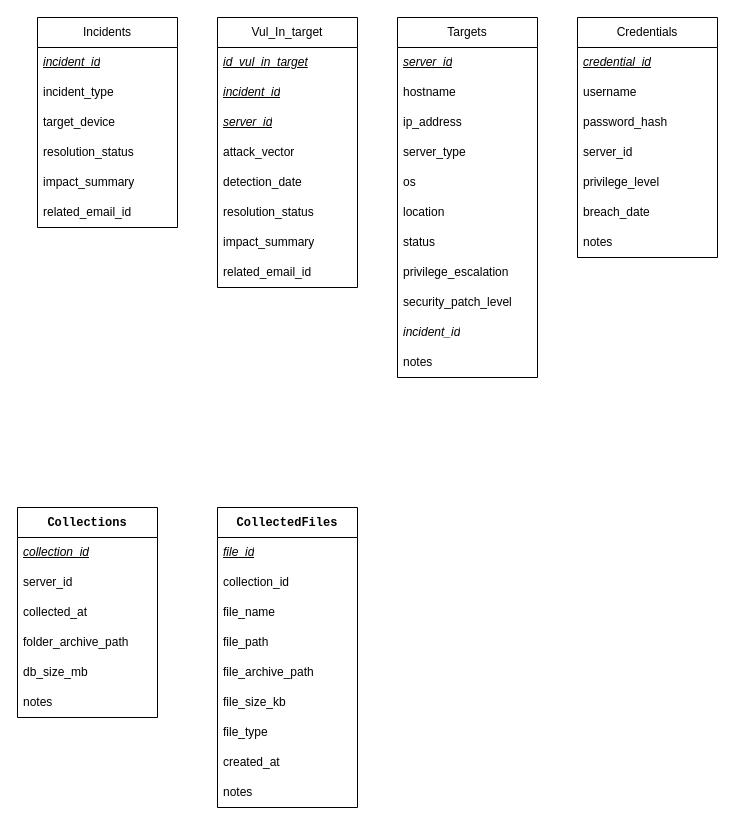
This is Python/DB-DoAn.drawio from TranKuBao/Try_hard_Code, a draw.io file, before an edit. Source tidied: cells renumbered, new cells numbered last; positions are measured from the earlier drawing's top-left corner, leaving out a move shared by most shapes. Both pictures are drawn from the tidied source at 100%, with x=0, y=0 at pixel (17, 17).
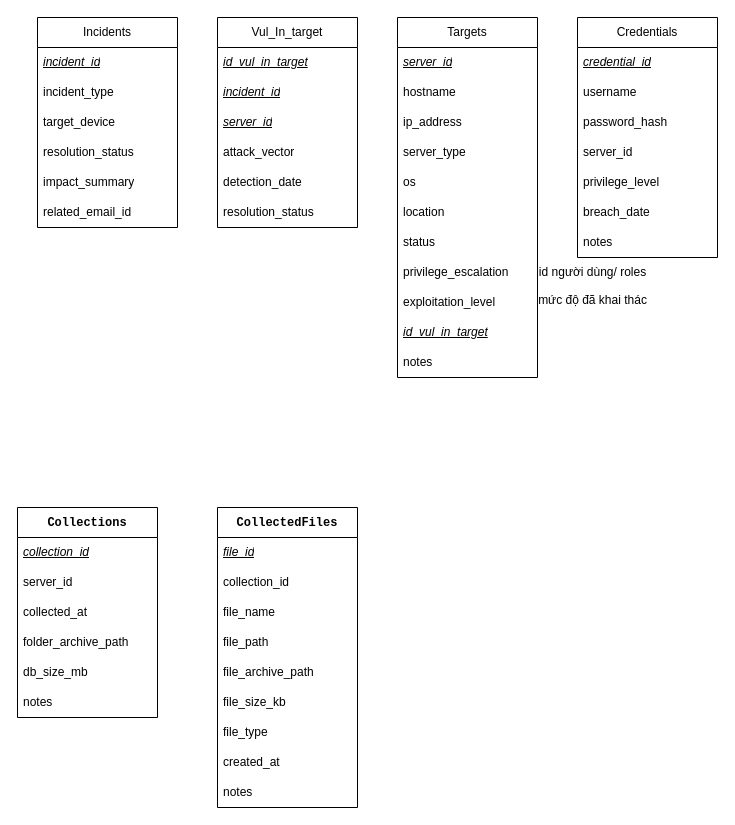
The same diagram, later.

Unchanged cells that the change refers to:
```xml
<mxCell id="2" value="Targets" style="swimlane;fontStyle=0;horizontal=1;startSize=30;whiteSpace=wrap;html=1;" parent="1" vertex="1">
  <mxGeometry x="380" width="140" height="360" as="geometry" />
</mxCell>
```

Change to the diagram source:
```diff
@@
-    <mxCell id="11" value="security_patch_level" style="text;strokeColor=none;fillColor=none;align=left;verticalAlign=middle;spacingLeft=4;spacingRight=4;overflow=hidden;whiteSpace=wrap;html=1;" parent="2" vertex="1">
-      <mxGeometry y="270" width="140" height="30" as="geometry" />
-    </mxCell>
+    <mxCell id="55" value="exploitation_level" style="text;strokeColor=none;fillColor=none;align=left;verticalAlign=middle;spacingLeft=4;spacingRight=4;overflow=hidden;whiteSpace=wrap;html=1;" parent="2" vertex="1">
+      <mxGeometry y="270" width="140" height="30" as="geometry" />
+    </mxCell>
-    <mxCell id="12" value="&lt;i&gt;incident_id&lt;/i&gt;" style="text;strokeColor=none;fillColor=none;align=left;verticalAlign=middle;spacingLeft=4;spacingRight=4;overflow=hidden;whiteSpace=wrap;html=1;" parent="2" vertex="1">
+    <mxCell id="12" value="&lt;u&gt;&lt;i&gt;id_vul_in_target&lt;/i&gt;&lt;/u&gt;" style="text;strokeColor=none;fillColor=none;align=left;verticalAlign=middle;spacingLeft=4;spacingRight=4;overflow=hidden;whiteSpace=wrap;html=1;" parent="2" vertex="1">
       <mxGeometry y="300" width="140" height="30" as="geometry" />
     </mxCell>
@@
     <mxCell id="46" value="Vul_In_target" style="swimlane;fontStyle=0;horizontal=1;startSize=30;whiteSpace=wrap;html=1;" parent="1" vertex="1">
-      <mxGeometry x="200" width="140" height="270" as="geometry" />
+      <mxGeometry x="200" width="140" height="210" as="geometry" />
     </mxCell>
@@
-    <mxCell id="53" value="impact_summary" style="text;strokeColor=none;fillColor=none;align=left;verticalAlign=middle;spacingLeft=4;spacingRight=4;overflow=hidden;whiteSpace=wrap;html=1;" parent="46" vertex="1">
-      <mxGeometry y="210" width="140" height="30" as="geometry" />
-    </mxCell>
-    <mxCell id="54" value="related_email_id" style="text;strokeColor=none;fillColor=none;align=left;verticalAlign=middle;spacingLeft=4;spacingRight=4;overflow=hidden;whiteSpace=wrap;html=1;" parent="46" vertex="1">
-      <mxGeometry y="240" width="140" height="30" as="geometry" />
-    </mxCell>
+    <mxCell id="56" value="id người dùng/ roles" style="text;html=1;align=center;verticalAlign=middle;strokeColor=none;fillColor=none;" parent="1" vertex="1">
+      <mxGeometry x="510" y="240" width="130" height="30" as="geometry" />
+    </mxCell>
+    <mxCell id="57" value="mức độ đã khai thác" style="text;html=1;align=center;verticalAlign=middle;strokeColor=none;fillColor=none;" parent="1" vertex="1">
+      <mxGeometry x="510" y="268" width="130" height="30" as="geometry" />
+    </mxCell>
```
